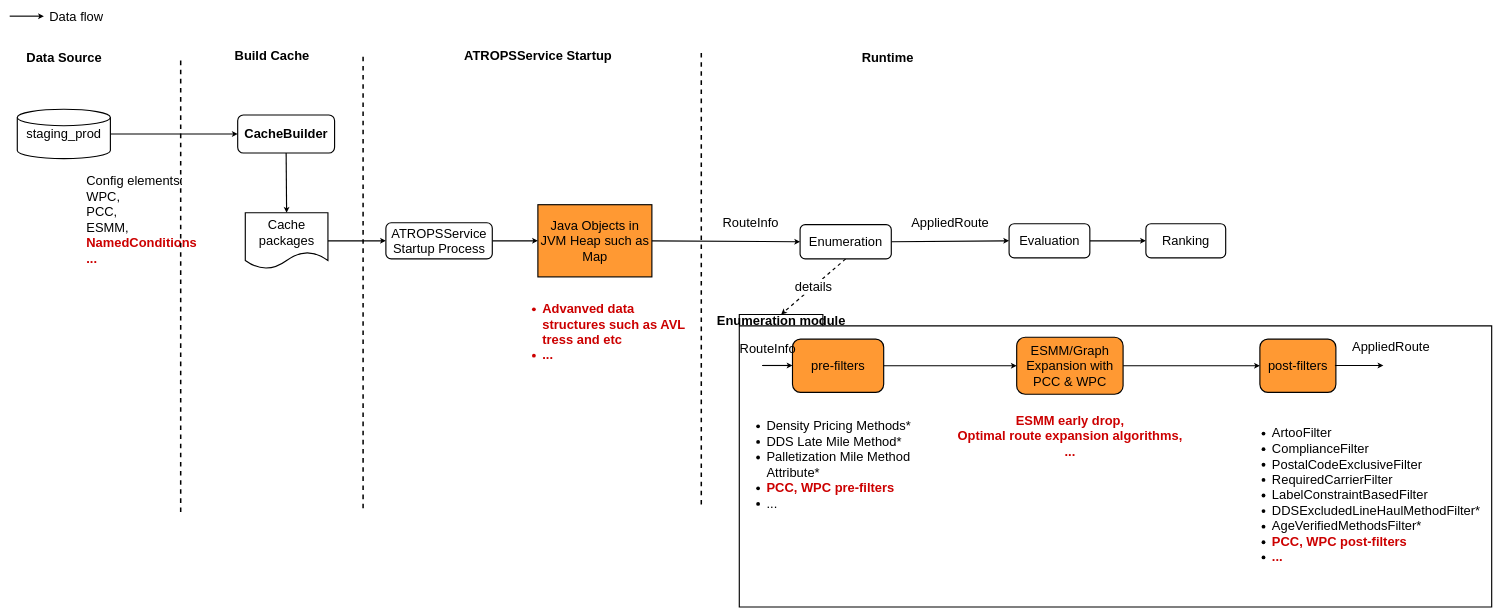
Above: page "Module_Across_Layers" (3 of 3) of PCC_dynamic_selection.drawio in PQMeng/draw.io-source-files (draw.io), before the change. Source tidied: cells renumbered, new cells numbered last; positions are measured from the earlier drawing's top-left corner, leaving out a move shared by most shapes. Both pictures are drawn from the tidied source at 38%, with x=0, y=0 at pixel (10, 6).
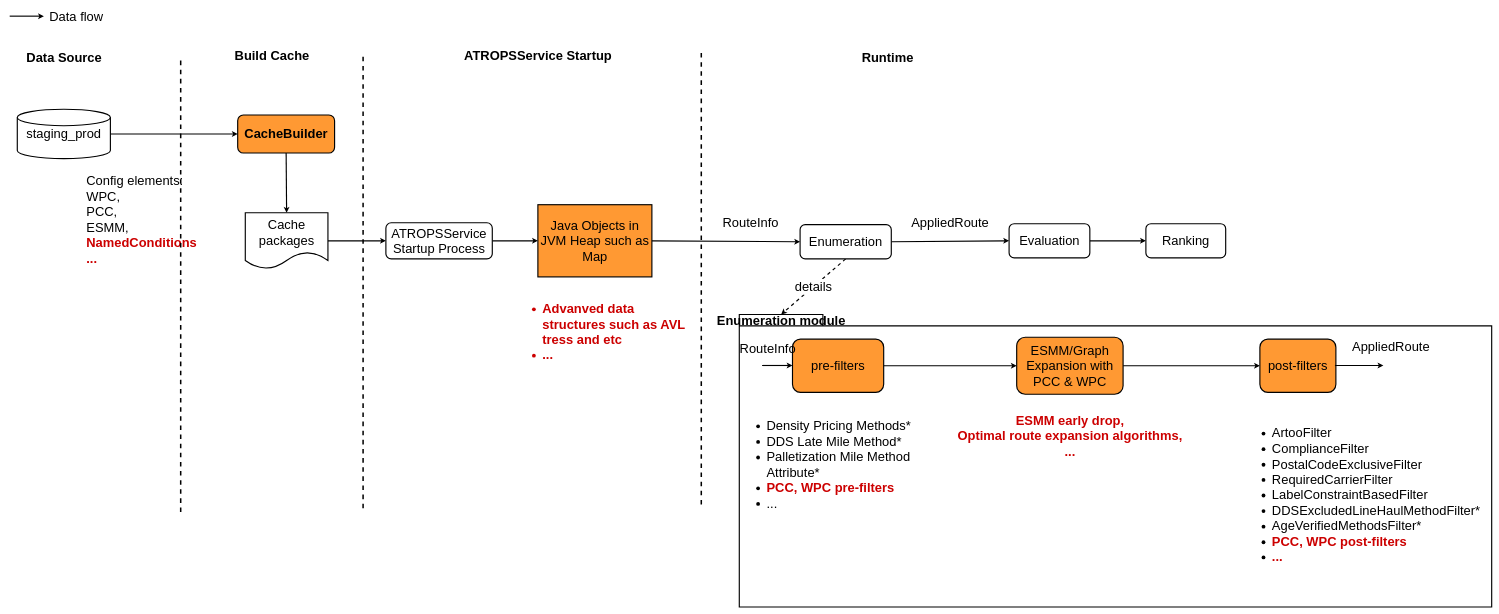
The same page after the edit.

Change to the diagram source:
```diff
@@
-    <mxCell id="19" value="&lt;font style=&quot;font-size: 34px;&quot;&gt;&lt;b style=&quot;font-size: 34px;&quot;&gt;CacheBuilder&lt;/b&gt;&lt;/font&gt;" style="rounded=1;whiteSpace=wrap;html=1;align=center;fontSize=34;fontStyle=0;strokeColor=#000000;strokeWidth=3;fontColor=#000000;" parent="1" vertex="1">
+    <mxCell id="19" value="&lt;font style=&quot;font-size: 34px;&quot;&gt;&lt;b style=&quot;font-size: 34px;&quot;&gt;CacheBuilder&lt;/b&gt;&lt;/font&gt;" style="rounded=1;whiteSpace=wrap;html=1;align=center;fontSize=34;fontStyle=0;strokeColor=#000000;strokeWidth=3;fontColor=#000000;fillColor=#FF9933;" parent="1" vertex="1">
       <mxGeometry x="600" y="285" width="255" height="100" as="geometry" />
     </mxCell>
```
